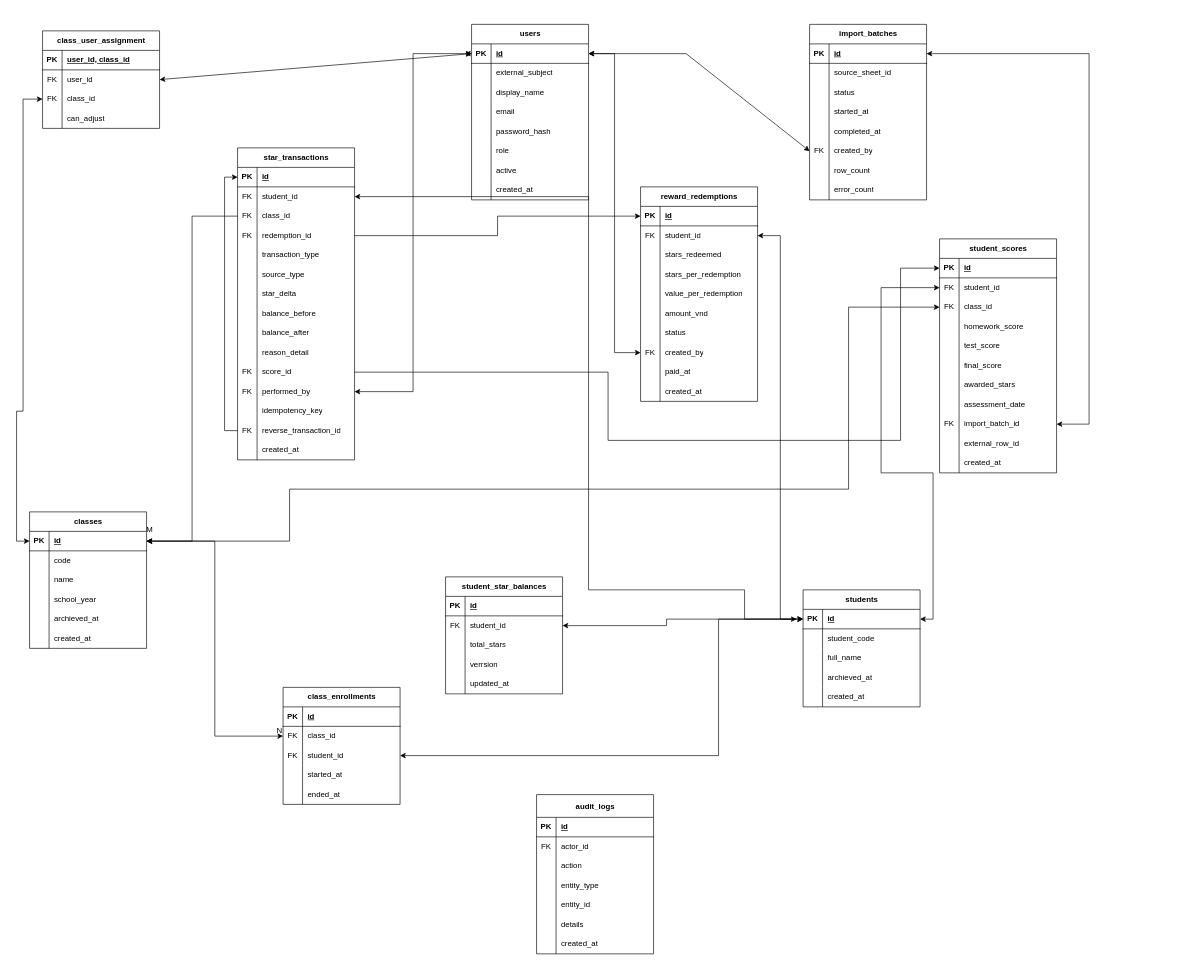
The draw.io diagram star-reward.drawio in mjnhloc/stars-reward, before the edit. Source tidied: cells renumbered, new cells numbered last; positions are measured from the earlier drawing's top-left corner, leaving out a move shared by most shapes. Both pictures are drawn from the tidied source at 65%, with x=0, y=0 at pixel (16, 24).
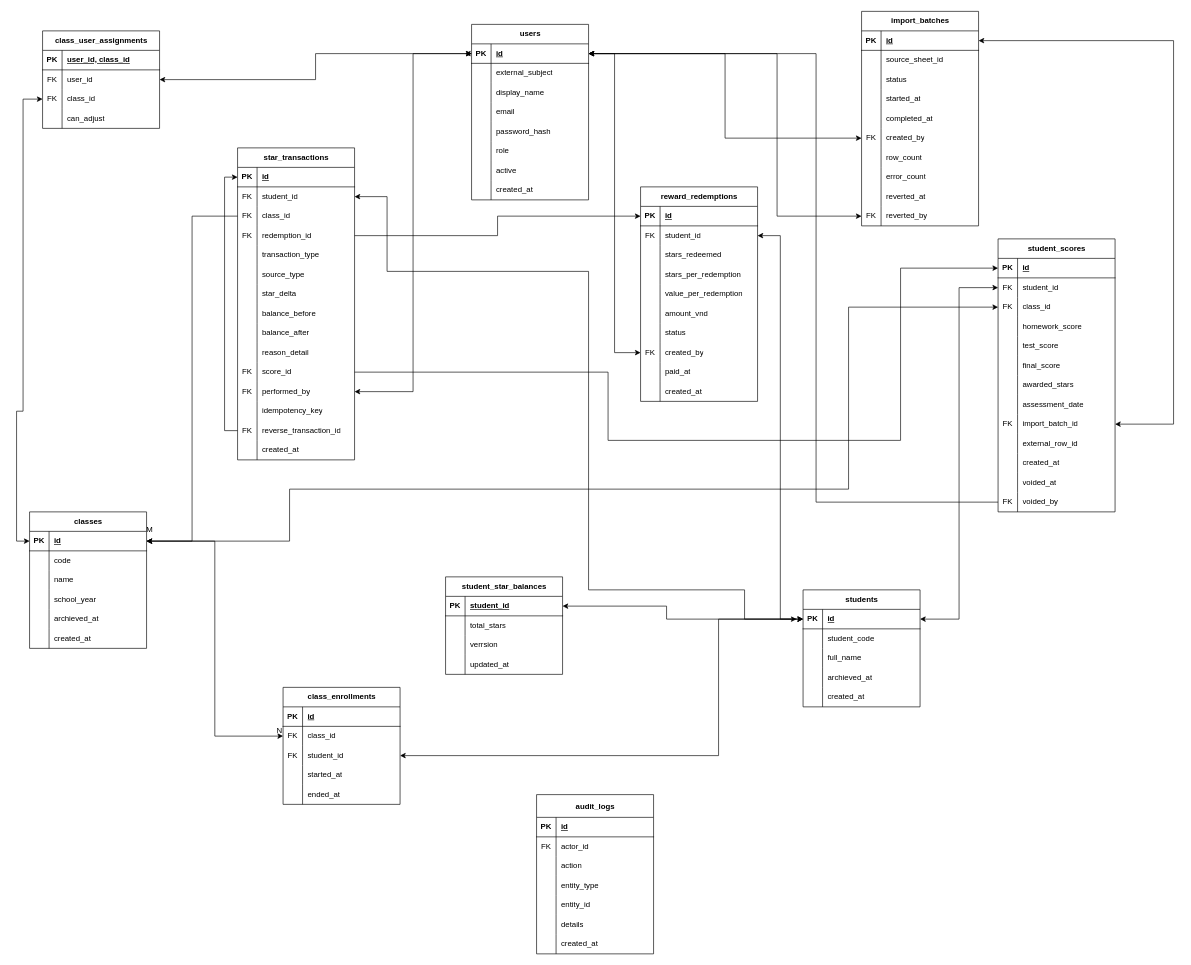
The same diagram, later.

The change refers to these unchanged cells:
```xml
<mxCell id="3" style="shape=tableRow;horizontal=0;startSize=0;swimlaneHead=0;swimlaneBody=0;fillColor=none;points=[[0,0.5],[1,0.5]];portConstraint=eastwest;top=0;left=0;right=0;bottom=1;" parent="2" vertex="1">
  <mxGeometry y="30" width="180" height="30" as="geometry" />
</mxCell>
<mxCell id="47" style="shape=tableRow;horizontal=0;startSize=0;swimlaneHead=0;swimlaneBody=0;fillColor=none;points=[[0,0.5],[1,0.5]];portConstraint=eastwest;top=0;left=0;right=0;bottom=1;" parent="46" vertex="1">
  <mxGeometry y="30" width="180" height="30" as="geometry" />
</mxCell>
<mxCell id="85" style="shape=tableRow;horizontal=0;startSize=0;swimlaneHead=0;swimlaneBody=0;fillColor=none;points=[[0,0.5],[1,0.5]];portConstraint=eastwest;top=0;left=0;right=0;bottom=0;" parent="81" vertex="1">
  <mxGeometry y="60" width="180" height="30" as="geometry" />
</mxCell>
<mxCell id="97" style="shape=tableRow;horizontal=0;startSize=0;swimlaneHead=0;swimlaneBody=0;fillColor=none;points=[[0,0.5],[1,0.5]];portConstraint=eastwest;top=0;left=0;right=0;bottom=1;" parent="96" vertex="1">
  <mxGeometry y="30" width="180" height="30" as="geometry" />
</mxCell>
<mxCell id="112" style="shape=tableRow;horizontal=0;startSize=0;swimlaneHead=0;swimlaneBody=0;fillColor=none;points=[[0,0.5],[1,0.5]];portConstraint=eastwest;top=0;left=0;right=0;bottom=0;" parent="96" vertex="1">
  <mxGeometry y="180" width="180" height="30" as="geometry" />
</mxCell>
<mxCell id="125" style="shape=tableRow;horizontal=0;startSize=0;swimlaneHead=0;swimlaneBody=0;fillColor=none;points=[[0,0.5],[1,0.5]];portConstraint=eastwest;top=0;left=0;right=0;bottom=0;" parent="121" vertex="1">
  <mxGeometry y="60" width="180" height="30" as="geometry" />
</mxCell>
<mxCell id="146" style="shape=tableRow;horizontal=0;startSize=0;swimlaneHead=0;swimlaneBody=0;fillColor=none;points=[[0,0.5],[1,0.5]];portConstraint=eastwest;top=0;left=0;right=0;bottom=0;" parent="121" vertex="1">
  <mxGeometry y="270" width="180" height="30" as="geometry" />
</mxCell>
<mxCell id="161" style="shape=tableRow;horizontal=0;startSize=0;swimlaneHead=0;swimlaneBody=0;fillColor=none;points=[[0,0.5],[1,0.5]];portConstraint=eastwest;top=0;left=0;right=0;bottom=1;" parent="160" vertex="1">
  <mxGeometry y="30" width="180" height="30" as="geometry" />
</mxCell>
<mxCell id="181" style="shape=tableRow;horizontal=0;startSize=0;swimlaneHead=0;swimlaneBody=0;fillColor=none;points=[[0,0.5],[1,0.5]];portConstraint=eastwest;top=0;left=0;right=0;bottom=0;" parent="177" vertex="1">
  <mxGeometry y="60" width="180" height="30" as="geometry" />
</mxCell>
```

Diff of the diagram source:
```diff
@@
-    <mxCell id="81" value="class_user_assignment" style="shape=table;startSize=30;childLayout=tableLayout;rowLines=0;fontStyle=1;align=center;html=1;" parent="1" vertex="1">
+    <mxCell id="81" value="class_user_assignments" style="shape=table;startSize=30;childLayout=tableLayout;rowLines=0;fontStyle=1;align=center;html=1;" parent="1" vertex="1">
       <mxGeometry x="40" y="10" width="180" height="150" as="geometry" />
     </mxCell>
@@
-    <mxCell id="95" style="endArrow=classic;html=1;rounded=0;startArrow=classic;startFill=1;endFill=1;exitX=1;exitY=0.5;exitDx=0;exitDy=0;entryX=0;entryY=0.5;entryDx=0;entryDy=0;" parent="1" edge="1" source="85" target="3">
+    <mxCell id="95" style="endArrow=classic;html=1;rounded=0;startArrow=classic;startFill=1;endFill=1;exitX=1;exitY=0.5;exitDx=0;exitDy=0;entryX=0;entryY=0.5;entryDx=0;entryDy=0;edgeStyle=orthogonalEdgeStyle;" parent="1" edge="1" source="85" target="3">
       <mxGeometry relative="1" as="geometry" />
     </mxCell>
     <mxCell id="96" value="import_batches" style="shape=table;startSize=30;childLayout=tableLayout;rowLines=0;fontStyle=1;align=center;html=1;" parent="1" vertex="1">
-      <mxGeometry x="1220" width="180" height="270" as="geometry" />
+      <mxGeometry x="1300" y="-20" width="180" height="330" as="geometry" />
     </mxCell>
@@
+    <mxCell id="285" style="shape=tableRow;horizontal=0;startSize=0;swimlaneHead=0;swimlaneBody=0;fillColor=none;top=0;left=0;right=0;bottom=0;" parent="96" vertex="1">
+      <mxGeometry y="270" width="180" height="30" as="geometry" />
+    </mxCell>
+    <mxCell id="286" style="shape=partialRectangle;fillColor=none;top=0;left=0;bottom=0;right=0;overflow=hidden;whiteSpace=wrap;html=1;" parent="285" vertex="1">
+      <mxGeometry width="30" height="30" as="geometry" />
+    </mxCell>
+    <mxCell id="287" value="reverted_at" style="shape=partialRectangle;fillColor=none;top=0;left=0;bottom=0;right=0;align=left;spacingLeft=6;overflow=hidden;whiteSpace=wrap;html=1;" parent="285" vertex="1">
+      <mxGeometry x="30" width="150" height="30" as="geometry" />
+    </mxCell>
+    <mxCell id="288" style="shape=tableRow;horizontal=0;startSize=0;swimlaneHead=0;swimlaneBody=0;fillColor=none;points=[[0,0.5],[1,0.5]];portConstraint=eastwest;top=0;left=0;right=0;bottom=0;" parent="96" vertex="1">
+      <mxGeometry y="300" width="180" height="30" as="geometry" />
+    </mxCell>
+    <mxCell id="289" value="FK" style="shape=partialRectangle;fillColor=none;top=0;left=0;bottom=0;right=0;overflow=hidden;whiteSpace=wrap;html=1;" parent="288" vertex="1">
+      <mxGeometry width="30" height="30" as="geometry" />
+    </mxCell>
+    <mxCell id="290" value="reverted_by" style="shape=partialRectangle;fillColor=none;top=0;left=0;bottom=0;right=0;align=left;spacingLeft=6;overflow=hidden;whiteSpace=wrap;html=1;" parent="288" vertex="1">
+      <mxGeometry x="30" width="150" height="30" as="geometry" />
+    </mxCell>
     <mxCell id="121" value="student_scores" style="shape=table;startSize=30;childLayout=tableLayout;rowLines=0;fontStyle=1;align=center;html=1;" parent="1" vertex="1">
-      <mxGeometry x="1420" y="330" width="180" height="360" as="geometry" />
+      <mxGeometry x="1510" y="330" width="180" height="420" as="geometry" />
     </mxCell>
@@
+    <mxCell id="291" style="shape=tableRow;horizontal=0;startSize=0;swimlaneHead=0;swimlaneBody=0;fillColor=none;top=0;left=0;right=0;bottom=0;" parent="121" vertex="1">
+      <mxGeometry y="360" width="180" height="30" as="geometry" />
+    </mxCell>
+    <mxCell id="292" style="shape=partialRectangle;fillColor=none;top=0;left=0;bottom=0;right=0;overflow=hidden;whiteSpace=wrap;html=1;" parent="291" vertex="1">
+      <mxGeometry width="30" height="30" as="geometry" />
+    </mxCell>
+    <mxCell id="293" value="voided_at" style="shape=partialRectangle;fillColor=none;top=0;left=0;bottom=0;right=0;align=left;spacingLeft=6;overflow=hidden;whiteSpace=wrap;html=1;" parent="291" vertex="1">
+      <mxGeometry x="30" width="150" height="30" as="geometry" />
+    </mxCell>
+    <mxCell id="294" style="shape=tableRow;horizontal=0;startSize=0;swimlaneHead=0;swimlaneBody=0;fillColor=none;points=[[0,0.5],[1,0.5]];portConstraint=eastwest;top=0;left=0;right=0;bottom=0;" parent="121" vertex="1">
+      <mxGeometry y="390" width="180" height="30" as="geometry" />
+    </mxCell>
+    <mxCell id="295" value="FK" style="shape=partialRectangle;fillColor=none;top=0;left=0;bottom=0;right=0;overflow=hidden;whiteSpace=wrap;html=1;" parent="294" vertex="1">
+      <mxGeometry width="30" height="30" as="geometry" />
+    </mxCell>
+    <mxCell id="296" value="voided_by" style="shape=partialRectangle;fillColor=none;top=0;left=0;bottom=0;right=0;align=left;spacingLeft=6;overflow=hidden;whiteSpace=wrap;html=1;" parent="294" vertex="1">
+      <mxGeometry x="30" width="150" height="30" as="geometry" />
+    </mxCell>
-    <mxCell id="155" style="endArrow=classic;html=1;rounded=0;entryX=0;entryY=0.5;entryDx=0;entryDy=0;startArrow=classic;startFill=1;endFill=1;" parent="1" edge="1" source="3" target="112">
-      <mxGeometry relative="1" as="geometry">
-        <Array as="points">
-          <mxPoint x="1030" y="45" />
-        </Array>
-      </mxGeometry>
+    <mxCell id="155" style="endArrow=classic;html=1;rounded=0;entryX=0;entryY=0.5;entryDx=0;entryDy=0;startArrow=classic;startFill=1;endFill=1;edgeStyle=orthogonalEdgeStyle;" parent="1" edge="1" source="3" target="112">
+      <mxGeometry relative="1" as="geometry" />
     </mxCell>
     <mxCell id="156" style="edgeStyle=orthogonalEdgeStyle;rounded=0;jettySize=auto;html=1;exitX=1;exitY=0.5;exitDx=0;exitDy=0;startArrow=classic;startFill=1;" parent="1" edge="1" source="47" target="125">
-      <mxGeometry relative="1" as="geometry">
-        <Array as="points">
-          <mxPoint x="1410" y="915" />
-          <mxPoint x="1410" y="690" />
-          <mxPoint x="1330" y="690" />
-          <mxPoint x="1330" y="405" />
-        </Array>
-      </mxGeometry>
+      <mxGeometry x="0.09" relative="1" as="geometry" />
     </mxCell>
@@
     <mxCell id="159" style="endArrow=classic;html=1;rounded=0;exitX=1;exitY=0.5;exitDx=0;exitDy=0;entryX=1;entryY=0.5;entryDx=0;entryDy=0;edgeStyle=orthogonalEdgeStyle;startArrow=classic;startFill=1;endFill=1;" parent="1" edge="1" source="97" target="146">
       <mxGeometry relative="1" as="geometry">
         <Array as="points">
-          <mxPoint x="1650" y="45.1" />
-          <mxPoint x="1650" y="615.1" />
+          <mxPoint x="1780" y="25" />
+          <mxPoint x="1780" y="615" />
         </Array>
       </mxGeometry>
     </mxCell>
     <mxCell id="160" value="student_star_balances" style="shape=table;startSize=30;childLayout=tableLayout;rowLines=0;fontStyle=1;align=center;html=1;" parent="1" vertex="1">
-      <mxGeometry x="660" y="850" width="180" height="180" as="geometry" />
+      <mxGeometry x="660" y="850" width="180" height="150" as="geometry" />
     </mxCell>
@@
-    <mxCell id="163" value="id" style="shape=partialRectangle;fillColor=none;top=0;left=0;bottom=0;right=0;align=left;spacingLeft=6;fontStyle=5;overflow=hidden;whiteSpace=wrap;html=1;" parent="161" vertex="1">
+    <mxCell id="163" value="student_id" style="shape=partialRectangle;fillColor=none;top=0;left=0;bottom=0;right=0;align=left;spacingLeft=6;fontStyle=5;overflow=hidden;whiteSpace=wrap;html=1;" parent="161" vertex="1">
       <mxGeometry x="30" width="150" height="30" as="geometry" />
     </mxCell>
-    <mxCell id="164" style="shape=tableRow;horizontal=0;startSize=0;swimlaneHead=0;swimlaneBody=0;fillColor=none;points=[[0,0.5],[1,0.5]];portConstraint=eastwest;top=0;left=0;right=0;bottom=0;" parent="160" vertex="1">
-      <mxGeometry y="60" width="180" height="30" as="geometry" />
-    </mxCell>
-    <mxCell id="165" value="FK" style="shape=partialRectangle;fillColor=none;top=0;left=0;bottom=0;right=0;overflow=hidden;whiteSpace=wrap;html=1;" parent="164" vertex="1">
-      <mxGeometry width="30" height="30" as="geometry" />
-    </mxCell>
-    <mxCell id="166" value="student_id" style="shape=partialRectangle;fillColor=none;top=0;left=0;bottom=0;right=0;align=left;spacingLeft=6;overflow=hidden;whiteSpace=wrap;html=1;" parent="164" vertex="1">
-      <mxGeometry x="30" width="150" height="30" as="geometry" />
-    </mxCell>
     <mxCell id="167" style="shape=tableRow;horizontal=0;startSize=0;swimlaneHead=0;swimlaneBody=0;fillColor=none;top=0;left=0;right=0;bottom=0;" parent="160" vertex="1">
-      <mxGeometry y="90" width="180" height="30" as="geometry" />
+      <mxGeometry y="60" width="180" height="30" as="geometry" />
     </mxCell>
@@
     <mxCell id="170" style="shape=tableRow;horizontal=0;startSize=0;swimlaneHead=0;swimlaneBody=0;fillColor=none;top=0;left=0;right=0;bottom=0;" parent="160" vertex="1">
-      <mxGeometry y="120" width="180" height="30" as="geometry" />
+      <mxGeometry y="90" width="180" height="30" as="geometry" />
     </mxCell>
@@
     <mxCell id="173" style="shape=tableRow;horizontal=0;startSize=0;swimlaneHead=0;swimlaneBody=0;fillColor=none;top=0;left=0;right=0;bottom=0;" parent="160" vertex="1">
-      <mxGeometry y="150" width="180" height="30" as="geometry" />
+      <mxGeometry y="120" width="180" height="30" as="geometry" />
     </mxCell>
@@
-    <mxCell id="176" style="edgeStyle=orthogonalEdgeStyle;rounded=0;jettySize=auto;html=1;exitX=1;exitY=0.5;exitDx=0;exitDy=0;entryX=0;entryY=0.5;entryDx=0;entryDy=0;startArrow=classic;startFill=1;" parent="1" edge="1" source="164" target="47">
-      <mxGeometry relative="1" as="geometry">
+    <mxCell id="176" style="edgeStyle=orthogonalEdgeStyle;rounded=0;jettySize=auto;html=1;exitX=1;exitY=0.5;exitDx=0;exitDy=0;entryX=0;entryY=0.5;entryDx=0;entryDy=0;startArrow=classic;startFill=1;" parent="1" edge="1" source="161" target="47">
+      <mxGeometry x="0.03" relative="1" as="geometry">
         <Array as="points">
-          <mxPoint x="1000" y="925" />
+          <mxPoint x="1000" y="895" />
           <mxPoint x="1000" y="915" />
         </Array>
       </mxGeometry>
     </mxCell>
@@
     <mxCell id="256" style="edgeStyle=orthogonalEdgeStyle;rounded=0;jettySize=auto;html=1;startArrow=classic;startFill=1;" parent="1" edge="1" source="181">
       <mxGeometry relative="1" as="geometry">
         <mxPoint x="1200" y="915" as="targetPoint" />
         <Array as="points">
-          <mxPoint x="880" y="265" />
+          <mxPoint x="570" y="265" />
+          <mxPoint x="570" y="380" />
+          <mxPoint x="880" y="380" />
           <mxPoint x="880" y="870" />
           <mxPoint x="1120" y="870" />
           <mxPoint x="1120" y="915" />
         </Array>
       </mxGeometry>
     </mxCell>
@@
+    <mxCell id="297" style="edgeStyle=orthogonalEdgeStyle;rounded=0;jettySize=auto;html=1;entryX=1;entryY=0.5;entryDx=0;entryDy=0;defaultLabelBackgroundColor=page;startArrow=classic;startFill=1;" parent="1" edge="1" source="288" target="3">
+      <mxGeometry x="-0.19" relative="1" as="geometry">
+        <Array as="points">
+          <mxPoint x="1170" y="295" />
+          <mxPoint x="1170" y="45" />
+        </Array>
+      </mxGeometry>
+    </mxCell>
+    <mxCell id="298" style="edgeStyle=orthogonalEdgeStyle;rounded=0;jettySize=auto;html=1;entryX=1;entryY=0.5;entryDx=0;entryDy=0;defaultLabelBackgroundColor=page;" parent="1" edge="1" source="294" target="3">
+      <mxGeometry relative="1" as="geometry">
+        <Array as="points">
+          <mxPoint x="1230" y="735" />
+          <mxPoint x="1230" y="45" />
+        </Array>
+      </mxGeometry>
+    </mxCell>
```
